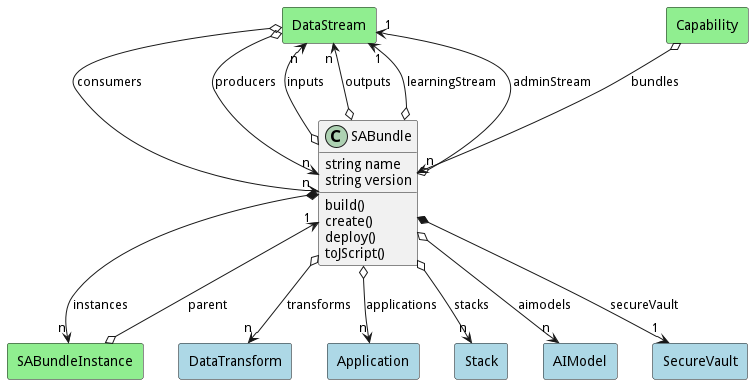
The PlantUML diagram docs/sabr/diml/sabm/models/sabundle/logical.png in madajaju/sabr, before a commit.
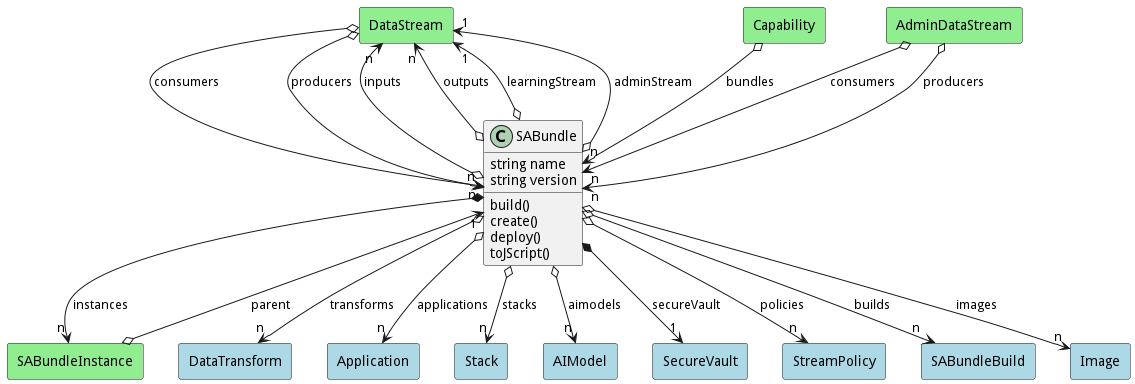
After the commit.

The edit, as a diff of the source:
```diff
@@ -71,6 +71,24 @@
 Model *--> "1" SecureVault : secureVault
 
 
+rectangle "StreamPolicy" as StreamPolicy #lightblue {
+}
+
+Model o--> "n" StreamPolicy : policies
+
+
+rectangle "SABundleBuild" as SABundleBuild #lightblue {
+}
+
+Model o--> "n" SABundleBuild : builds
+
+
+rectangle "Image" as Image #lightblue {
+}
+
+Model o--> "n" Image : images
+
+
 
 
     rectangle "Capability" as Capability #lightgreen {
@@ -88,6 +106,16 @@
 
         DataStream   o--> "n" Model : "producers"
 
+    rectangle "AdminDataStream" as AdminDataStream #lightgreen {
+    }
+
+        AdminDataStream   o--> "n" Model : "consumers"
+
+    rectangle "AdminDataStream" as AdminDataStream #lightgreen {
+    }
+
+        AdminDataStream   o--> "n" Model : "producers"
+
     rectangle "SABundleInstance" as SABundleInstance #lightgreen {
     }
 
```
